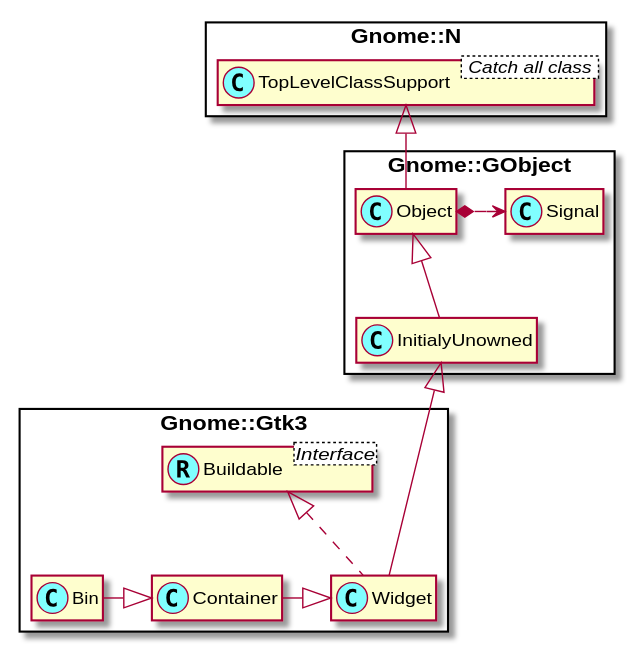
Before: docs/content-docs/reference/Gtk3/plantuml/Bin.svg, a diagram exported from PlantUML (MARTIMM/gnome-gtk3).
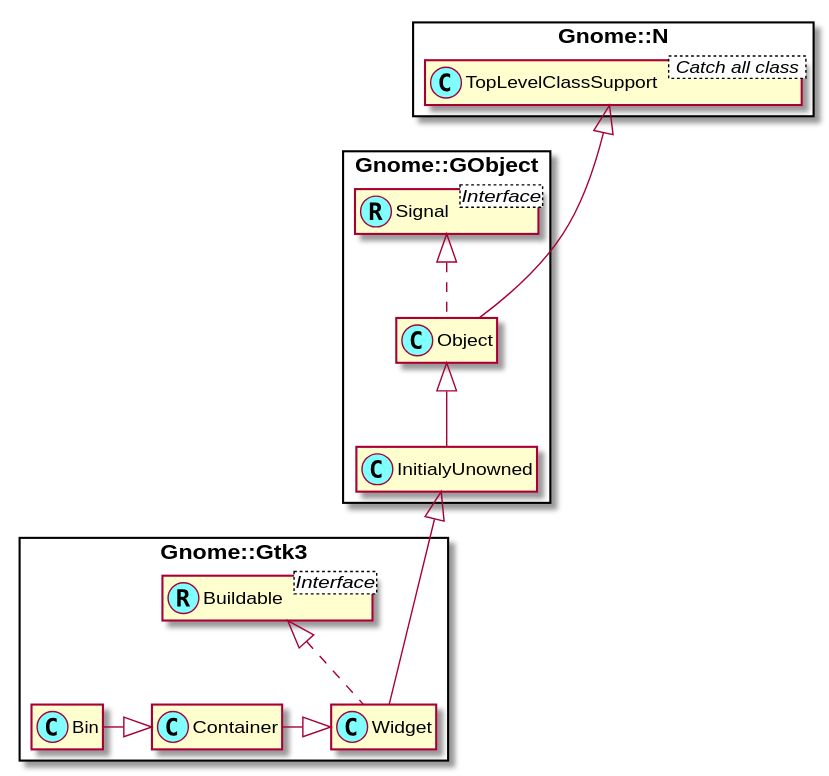
After the commit.

Diff of the diagram source:
```diff
@@ -4,16 +4,19 @@
 set namespaceSeparator ::
 hide members
 
+class Gnome::N::TopLevelClassSupport < Catch all class >
+
+Interface Gnome::GObject::Signal <Interface>
+class Gnome::GObject::Signal <<(R,#80ffff)>>
+
 Interface Gnome::Gtk3::Buildable <Interface>
 class Gnome::Gtk3::Buildable <<(R,#80ffff)>>
 
-class Gnome::N::TopLevelClassSupport < Catch all class >
-Gnome::N::TopLevelClassSupport <|-- Gnome::GObject::Object
+Gnome::N::TopLevelClassSupport <|--- Gnome::GObject::Object
+Gnome::GObject::InitialyUnowned <|--- Gnome::Gtk3::Widget
 
 Gnome::GObject::Object <|-- Gnome::GObject::InitialyUnowned
-Gnome::GObject::Object *-> Gnome::GObject::Signal
-
-Gnome::GObject::InitialyUnowned <|--- Gnome::Gtk3::Widget
+Gnome::GObject::Signal <|.. Gnome::GObject::Object
 
 class Gnome::Gtk3::Widget implements Gnome::Gtk3::Buildable
 
```
